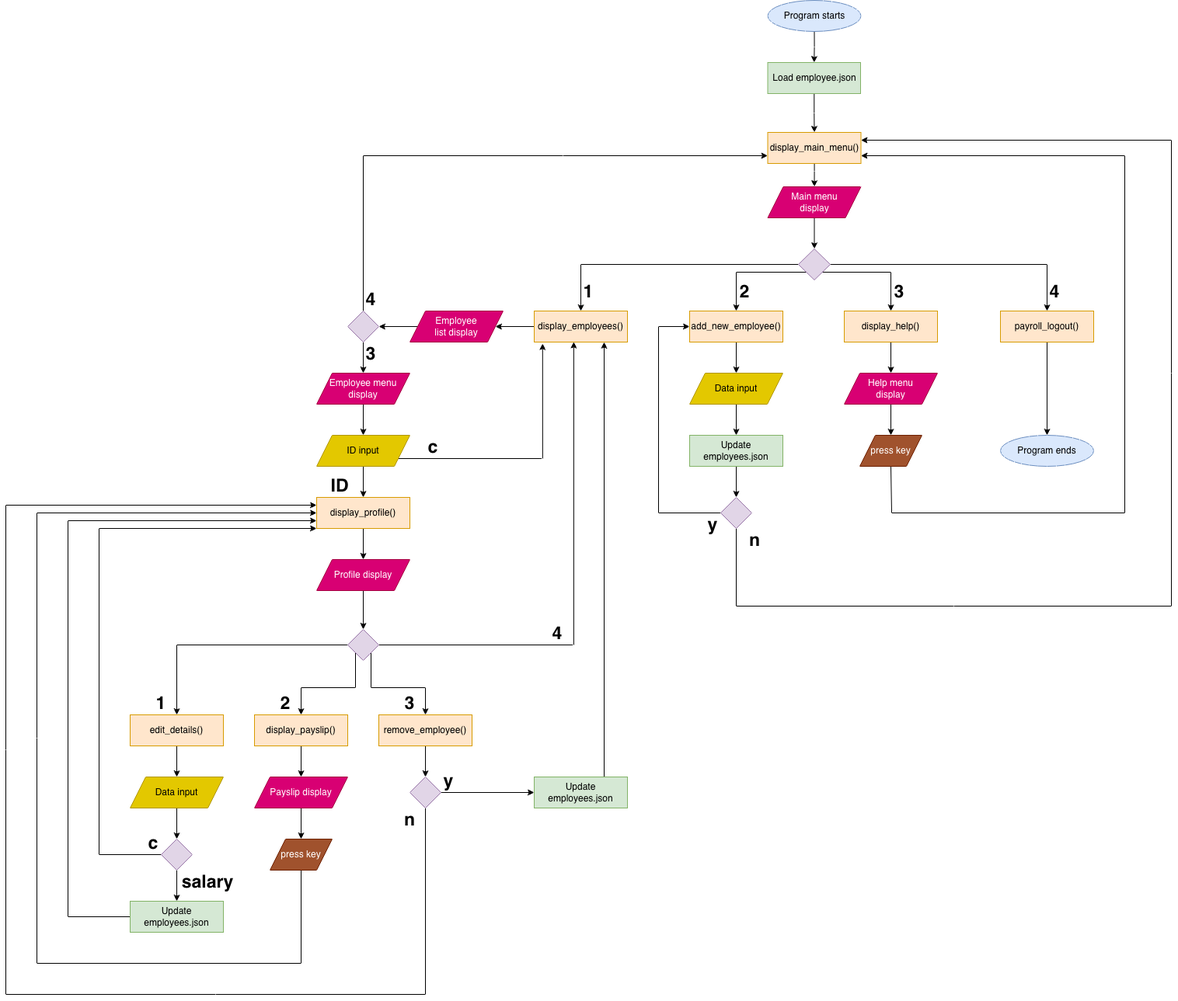
gamzefitz/ProceduralProgramming keeps this draw.io diagram as SD-TA-010-A-Assignment/application_flowchart.drawio.png. Above is the earlier version. Source tidied: cells renumbered, new cells last; positions are measured from the earlier drawing's top-left corner, leaving out a move shared by most shapes.
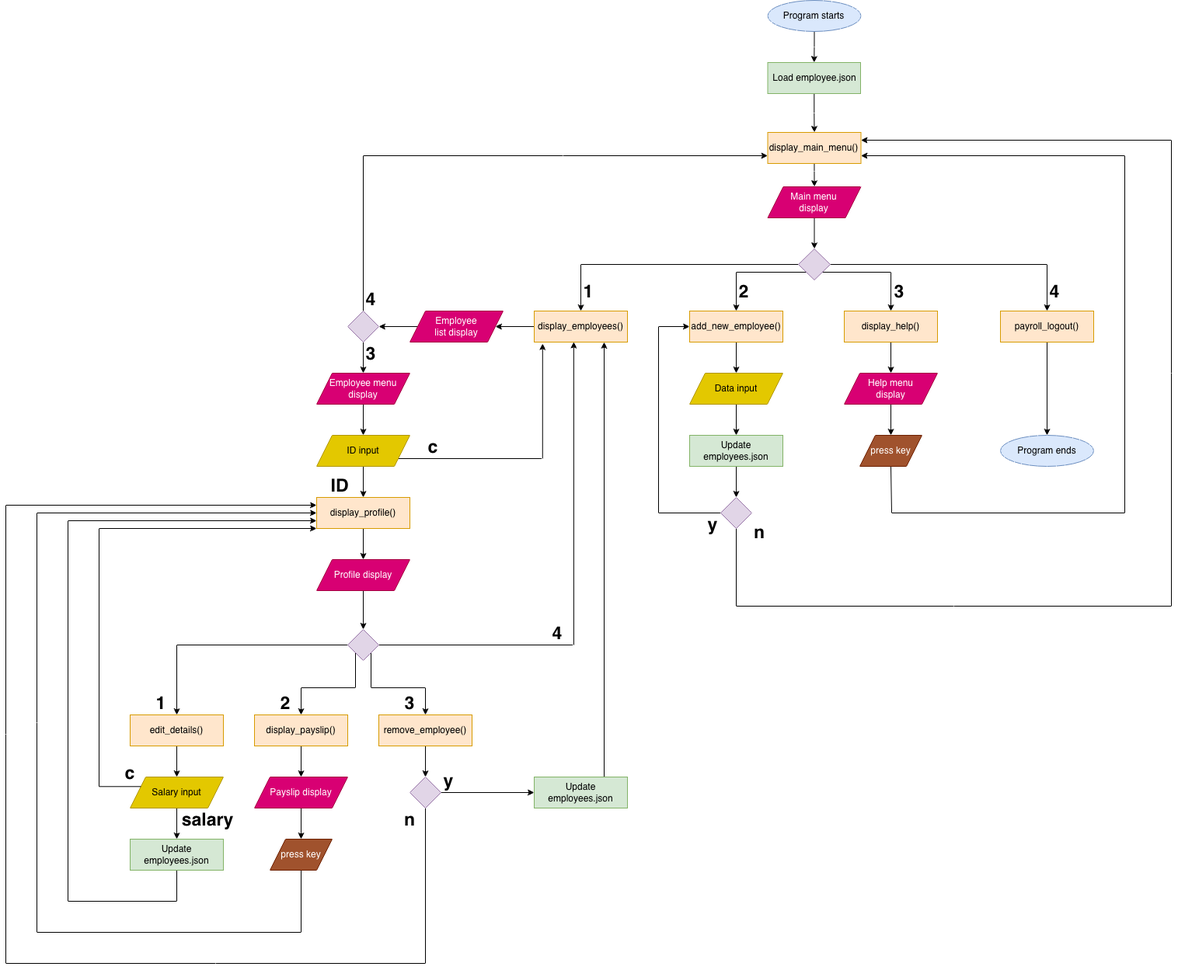
Later version of the same file.

What changed in the source:
```diff
@@ -86,10 +86,12 @@
     <mxCell id="29" value="Payslip display" style="shape=parallelogram;perimeter=parallelogramPerimeter;whiteSpace=wrap;html=1;fixedSize=1;fillColor=#d80073;strokeColor=#A50040;fontColor=#ffffff;" parent="1" vertex="1">
       <mxGeometry x="320" y="1000" width="120" height="40" as="geometry" />
     </mxCell>
-    <mxCell id="30" style="edgeStyle=orthogonalEdgeStyle;rounded=0;jettySize=auto;html=1;" parent="1" edge="1" source="31" target="90">
-      <mxGeometry relative="1" as="geometry" />
+    <mxCell id="30" style="edgeStyle=orthogonalEdgeStyle;rounded=0;jettySize=auto;html=1;" parent="1" edge="1" source="31">
+      <mxGeometry relative="1" as="geometry">
+        <mxPoint x="220" y="1080" as="targetPoint" />
+      </mxGeometry>
     </mxCell>
-    <mxCell id="31" value="Data input" style="shape=parallelogram;perimeter=parallelogramPerimeter;whiteSpace=wrap;html=1;fixedSize=1;fillColor=#e3c800;fontColor=#000000;strokeColor=#B09500;" parent="1" vertex="1">
+    <mxCell id="31" value="Salary input" style="shape=parallelogram;perimeter=parallelogramPerimeter;whiteSpace=wrap;html=1;fixedSize=1;fillColor=#e3c800;fontColor=#000000;strokeColor=#B09500;" parent="1" vertex="1">
       <mxGeometry x="160" y="1000" width="120" height="40" as="geometry" />
     </mxCell>
     <mxCell id="32" style="edgeStyle=orthogonalEdgeStyle;rounded=0;jettySize=auto;html=1;exitX=0.5;exitY=1;exitDx=0;exitDy=0;entryX=0.5;entryY=0;entryDx=0;entryDy=0;" parent="1" edge="1" source="33" target="35">
@@ -119,13 +121,14 @@
     <mxCell id="40" style="edgeStyle=orthogonalEdgeStyle;rounded=0;jettySize=auto;html=1;entryX=0;entryY=0.75;entryDx=0;entryDy=0;" parent="1" edge="1" source="41" target="84">
       <mxGeometry relative="1" as="geometry">
         <Array as="points">
-          <mxPoint x="80" y="1180" />
+          <mxPoint x="220" y="1160" />
+          <mxPoint x="80" y="1160" />
           <mxPoint x="80" y="670" />
         </Array>
       </mxGeometry>
     </mxCell>
     <mxCell id="41" value="Update employees.json" style="rounded=0;whiteSpace=wrap;html=1;fillColor=#d5e8d4;strokeColor=#82b366;" parent="1" vertex="1">
-      <mxGeometry x="160" y="1160" width="120" height="40" as="geometry" />
+      <mxGeometry x="160" y="1080" width="120" height="40" as="geometry" />
     </mxCell>
     <mxCell id="42" style="edgeStyle=orthogonalEdgeStyle;rounded=0;jettySize=auto;html=1;entryX=0;entryY=0.75;entryDx=0;entryDy=0;exitX=0.5;exitY=0;exitDx=0;exitDy=0;" parent="1" edge="1" source="61" target="37">
       <mxGeometry relative="1" as="geometry">
@@ -201,8 +204,8 @@
     <mxCell id="58" style="edgeStyle=orthogonalEdgeStyle;rounded=0;jettySize=auto;html=1;entryX=0;entryY=0.25;entryDx=0;entryDy=0;" parent="1" edge="1" source="59" target="84">
       <mxGeometry relative="1" as="geometry">
         <Array as="points">
-          <mxPoint x="540" y="1280" />
-          <mxPoint y="1280" />
+          <mxPoint x="540" y="1240" />
+          <mxPoint y="1240" />
           <mxPoint y="650" />
         </Array>
       </mxGeometry>
@@ -221,8 +224,8 @@
     <mxCell id="62" style="edgeStyle=orthogonalEdgeStyle;rounded=0;jettySize=auto;html=1;entryX=0;entryY=0.5;entryDx=0;entryDy=0;exitX=0.5;exitY=1;exitDx=0;exitDy=0;" parent="1" edge="1" source="63" target="84">
       <mxGeometry relative="1" as="geometry">
         <Array as="points">
-          <mxPoint x="380" y="1240" />
-          <mxPoint x="40" y="1240" />
+          <mxPoint x="380" y="1200" />
+          <mxPoint x="40" y="1200" />
           <mxPoint x="40" y="660" />
         </Array>
       </mxGeometry>
@@ -258,7 +261,7 @@
       <mxGeometry x="880" y="660" width="60" height="30" as="geometry" />
     </mxCell>
     <mxCell id="71" value="n" style="text;html=1;whiteSpace=wrap;strokeColor=none;fillColor=none;align=center;verticalAlign=middle;rounded=0;fontStyle=1;labelBackgroundColor=#FFFFFF;fontSize=23;" parent="1" vertex="1">
-      <mxGeometry x="934" y="680" width="60" height="30" as="geometry" />
+      <mxGeometry x="940" y="670" width="60" height="30" as="geometry" />
     </mxCell>
     <mxCell id="72" value="3" style="text;html=1;whiteSpace=wrap;strokeColor=none;fillColor=none;align=center;verticalAlign=middle;rounded=0;fontStyle=1;labelBackgroundColor=#FFFFFF;fontSize=23;" parent="1" vertex="1">
       <mxGeometry x="440" y="440" width="60" height="30" as="geometry" />
@@ -312,28 +315,22 @@
     <mxCell id="87" value="Profile display" style="shape=parallelogram;perimeter=parallelogramPerimeter;whiteSpace=wrap;html=1;fixedSize=1;fillColor=#d80073;strokeColor=#A50040;fontColor=#ffffff;" parent="1" vertex="1">
       <mxGeometry x="400" y="720" width="120" height="40" as="geometry" />
     </mxCell>
-    <mxCell id="88" style="edgeStyle=orthogonalEdgeStyle;rounded=0;jettySize=auto;html=1;" parent="1" edge="1" source="90" target="41">
-      <mxGeometry relative="1" as="geometry" />
-    </mxCell>
-    <mxCell id="89" style="edgeStyle=orthogonalEdgeStyle;rounded=0;jettySize=auto;html=1;entryX=0;entryY=1;entryDx=0;entryDy=0;" parent="1" edge="1" source="90" target="84">
+    <mxCell id="89" style="edgeStyle=orthogonalEdgeStyle;rounded=0;jettySize=auto;html=1;entryX=0;entryY=1;entryDx=0;entryDy=0;exitX=0;exitY=0.25;exitDx=0;exitDy=0;" parent="1" edge="1" source="31" target="84">
       <mxGeometry relative="1" as="geometry">
         <Array as="points">
-          <mxPoint x="120" y="1100" />
+          <mxPoint x="120" y="1012" />
           <mxPoint x="120" y="680" />
         </Array>
       </mxGeometry>
     </mxCell>
-    <mxCell id="90" style="rhombus;whiteSpace=wrap;html=1;fillColor=#e1d5e7;strokeColor=#9673a6;" parent="1" vertex="1">
-      <mxGeometry x="200" y="1080" width="40" height="40" as="geometry" />
-    </mxCell>
     <mxCell id="91" value="y" style="text;html=1;whiteSpace=wrap;strokeColor=none;fillColor=none;align=center;verticalAlign=middle;rounded=0;fontStyle=1;labelBackgroundColor=#FFFFFF;fontSize=23;" parent="1" vertex="1">
       <mxGeometry x="540" y="990" width="60" height="30" as="geometry" />
     </mxCell>
     <mxCell id="92" value="salary" style="text;html=1;whiteSpace=wrap;strokeColor=none;fillColor=none;align=center;verticalAlign=middle;rounded=0;fontStyle=1;labelBackgroundColor=#FFFFFF;fontSize=23;" parent="1" vertex="1">
-      <mxGeometry x="230" y="1120" width="60" height="30" as="geometry" />
+      <mxGeometry x="230" y="1040" width="60" height="30" as="geometry" />
     </mxCell>
     <mxCell id="93" value="c" style="text;html=1;whiteSpace=wrap;strokeColor=none;fillColor=none;align=center;verticalAlign=middle;rounded=0;fontStyle=1;labelBackgroundColor=#FFFFFF;fontSize=23;" parent="1" vertex="1">
-      <mxGeometry x="160" y="1070" width="60" height="30" as="geometry" />
+      <mxGeometry x="130" y="980" width="60" height="30" as="geometry" />
     </mxCell>
   </root>
 </mxGraphModel>
```
